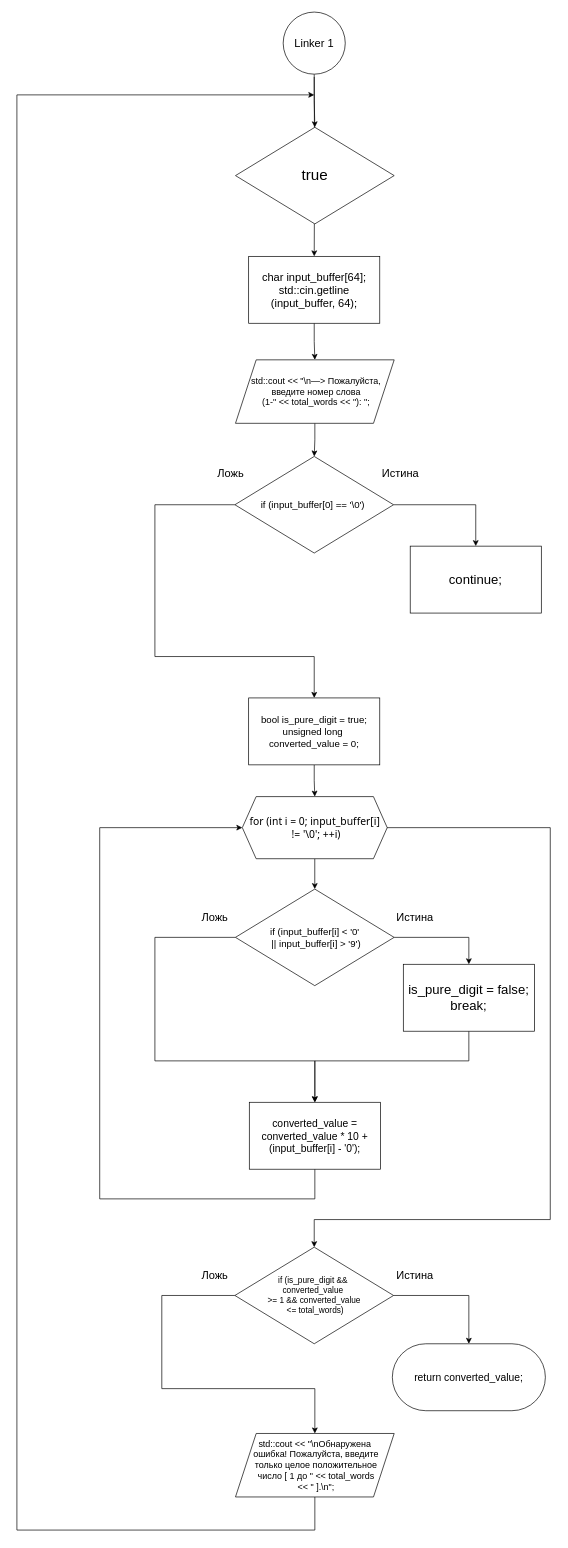
Above: LAB7_get_valid_index(2).drawio in kravecila28-ops/Block-diagram_templates (draw.io), before the change. Source tidied: cells renumbered, new cells numbered last; positions are measured from the earlier drawing's top-left corner, leaving out a move shared by most shapes. Both pictures are drawn from the tidied source at 69%, with x=0, y=0 at pixel (17, 12).
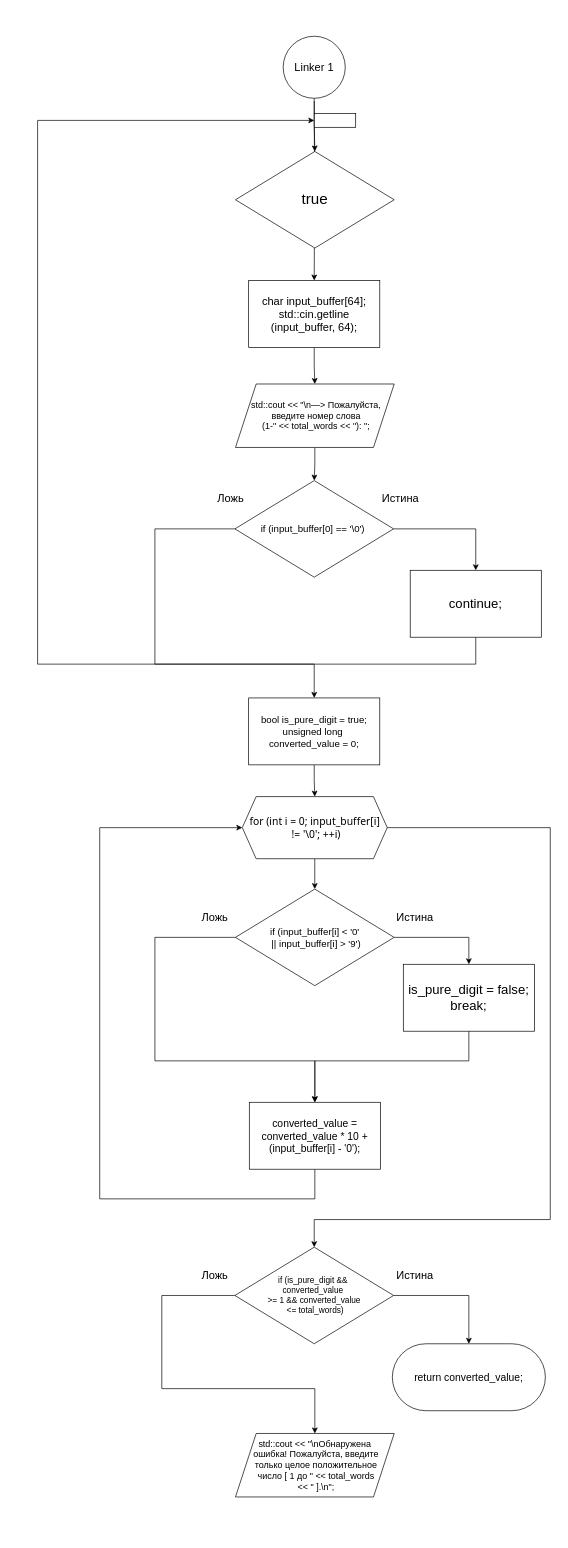
The same page after the edit.

Unchanged cells that the change refers to:
```xml
<mxCell id="13" value="&lt;div&gt;&lt;font style=&quot;font-size: 14px;&quot;&gt;bool is_pure_digit = true;&lt;/font&gt;&lt;/div&gt;&lt;div&gt;&lt;font style=&quot;font-size: 14px;&quot;&gt;unsigned long&amp;nbsp;&lt;/font&gt;&lt;/div&gt;&lt;div&gt;&lt;font style=&quot;font-size: 14px;&quot;&gt;converted_value = 0;&lt;/font&gt;&lt;/div&gt;" style="rounded=0;whiteSpace=wrap;html=1;labelBackgroundColor=none;" parent="1" vertex="1">
  <mxGeometry x="335.9" y="994" width="190" height="97" as="geometry" />
</mxCell>
<mxCell id="37" value="&lt;font style=&quot;font-size: 13px;&quot;&gt;std::cout &amp;lt;&amp;lt; &quot;\nОбнаружена&lt;/font&gt;&lt;div&gt;&lt;font style=&quot;font-size: 13px;&quot;&gt;&amp;nbsp;ошибка! Пожалуйста, введите&lt;/font&gt;&lt;/div&gt;&lt;div&gt;&lt;font style=&quot;font-size: 13px;&quot;&gt;&amp;nbsp;только&amp;nbsp;&lt;span style=&quot;background-color: transparent; color: light-dark(rgb(0, 0, 0), rgb(255, 255, 255));&quot;&gt;целое положительное&lt;/span&gt;&lt;/font&gt;&lt;/div&gt;&lt;div&gt;&lt;font style=&quot;font-size: 13px;&quot;&gt;&lt;span style=&quot;background-color: transparent; color: light-dark(rgb(0, 0, 0), rgb(255, 255, 255));&quot;&gt;&amp;nbsp;число&amp;nbsp;&lt;/span&gt;&lt;span style=&quot;background-color: transparent; color: light-dark(rgb(0, 0, 0), rgb(255, 255, 255));&quot;&gt;[ 1 до &quot; &amp;lt;&amp;lt; total_words&lt;/span&gt;&lt;/font&gt;&lt;/div&gt;&lt;div&gt;&lt;span style=&quot;background-color: transparent; color: light-dark(rgb(0, 0, 0), rgb(255, 255, 255));&quot;&gt;&lt;font style=&quot;font-size: 13px;&quot;&gt;&amp;nbsp;&amp;lt;&amp;lt; &quot; ].\n&quot;;&lt;/font&gt;&lt;/span&gt;&lt;/div&gt;" style="shape=parallelogram;perimeter=parallelogramPerimeter;whiteSpace=wrap;html=1;fixedSize=1;labelBackgroundColor=none;size=30;" parent="1" vertex="1">
  <mxGeometry x="316.8" y="2060" width="230" height="92" as="geometry" />
</mxCell>
```

Change to the diagram source:
```diff
@@
     <mxCell id="3" value="&lt;div&gt;&lt;font style=&quot;font-size: 16px;&quot;&gt;char input_buffer[64];&lt;/font&gt;&lt;/div&gt;&lt;div&gt;&lt;span style=&quot;background-color: transparent; color: light-dark(rgb(0, 0, 0), rgb(255, 255, 255));&quot;&gt;&lt;font style=&quot;font-size: 16px;&quot;&gt;std::cin.getline&lt;/font&gt;&lt;/span&gt;&lt;/div&gt;&lt;div&gt;&lt;span style=&quot;background-color: transparent; color: light-dark(rgb(0, 0, 0), rgb(255, 255, 255));&quot;&gt;&lt;font style=&quot;font-size: 16px;&quot;&gt;(input_buffer, 64);&lt;/font&gt;&lt;/span&gt;&lt;/div&gt;" style="rounded=0;whiteSpace=wrap;html=1;labelBackgroundColor=none;" parent="1" vertex="1">
-      <mxGeometry x="335.9" y="354" width="190" height="97" as="geometry" />
+      <mxGeometry x="335.9" y="389" width="190" height="97" as="geometry" />
     </mxCell>
@@
     <mxCell id="5" style="edgeStyle=orthogonalEdgeStyle;rounded=0;jettySize=auto;html=1;exitX=0;exitY=0.5;exitDx=0;exitDy=0;entryX=0.5;entryY=0;entryDx=0;entryDy=0;labelBackgroundColor=none;fontColor=default;" parent="1" edge="1" source="6" target="13">
       <mxGeometry relative="1" as="geometry">
         <Array as="points">
-          <mxPoint x="200" y="714" />
-          <mxPoint x="200" y="934" />
-          <mxPoint x="431" y="934" />
+          <mxPoint x="200" y="749" />
+          <mxPoint x="200" y="945" />
+          <mxPoint x="431" y="945" />
         </Array>
       </mxGeometry>
     </mxCell>
     <mxCell id="6" value="&lt;font style=&quot;font-size: 14px;&quot;&gt;if (input_buffer[0] == '\0')&amp;nbsp;&lt;/font&gt;" style="rhombus;whiteSpace=wrap;html=1;labelBackgroundColor=none;" parent="1" vertex="1">
-      <mxGeometry x="315.9" y="644" width="230" height="140" as="geometry" />
+      <mxGeometry x="315.9" y="679" width="230" height="140" as="geometry" />
     </mxCell>
+    <mxCell id="38" style="edgeStyle=orthogonalEdgeStyle;rounded=0;jettySize=auto;html=1;exitX=0.5;exitY=1;exitDx=0;exitDy=0;entryX=0;entryY=0.5;entryDx=0;entryDy=0;" parent="1" edge="1" source="7" target="39">
+      <mxGeometry relative="1" as="geometry">
+        <Array as="points">
+          <mxPoint x="665" y="945" />
+          <mxPoint x="30" y="945" />
+          <mxPoint x="30" y="157" />
+        </Array>
+      </mxGeometry>
+    </mxCell>
     <mxCell id="7" value="&lt;font style=&quot;font-size: 19px;&quot;&gt;continue;&lt;/font&gt;" style="rounded=0;whiteSpace=wrap;html=1;labelBackgroundColor=none;" parent="1" vertex="1">
-      <mxGeometry x="570" y="774" width="190" height="97" as="geometry" />
+      <mxGeometry x="570" y="809" width="190" height="97" as="geometry" />
     </mxCell>
@@
     <mxCell id="9" value="&lt;font style=&quot;font-size: 13px;&quot;&gt;&amp;nbsp;std::cout &amp;lt;&amp;lt; &quot;\n—&amp;gt; Пожалуйста,&lt;/font&gt;&lt;div&gt;&lt;font style=&quot;font-size: 13px;&quot;&gt;&amp;nbsp;введите номер слова&lt;/font&gt;&lt;/div&gt;&lt;div&gt;&lt;font style=&quot;font-size: 13px;&quot;&gt;&amp;nbsp;(1-&quot; &amp;lt;&amp;lt; total_words &amp;lt;&amp;lt; &quot;): &quot;;&lt;/font&gt;&lt;/div&gt;" style="shape=parallelogram;perimeter=parallelogramPerimeter;whiteSpace=wrap;html=1;fixedSize=1;labelBackgroundColor=none;size=30;" parent="1" vertex="1">
-      <mxGeometry x="316.8" y="504" width="230" height="92" as="geometry" />
+      <mxGeometry x="316.8" y="539" width="230" height="92" as="geometry" />
     </mxCell>
     <mxCell id="10" value="&lt;span style=&quot;font-size: 16px;&quot;&gt;Ложь&lt;/span&gt;" style="text;html=1;whiteSpace=wrap;strokeColor=none;fillColor=none;align=center;verticalAlign=middle;rounded=0;labelBackgroundColor=none;" parent="1" vertex="1">
-      <mxGeometry x="280" y="654" width="60" height="30" as="geometry" />
+      <mxGeometry x="280" y="689" width="60" height="30" as="geometry" />
     </mxCell>
     <mxCell id="11" value="&lt;font style=&quot;font-size: 16px;&quot;&gt;Истина&lt;/font&gt;" style="text;html=1;whiteSpace=wrap;strokeColor=none;fillColor=none;align=center;verticalAlign=middle;rounded=0;labelBackgroundColor=none;" parent="1" vertex="1">
-      <mxGeometry x="525.9" y="654" width="60" height="30" as="geometry" />
+      <mxGeometry x="525.9" y="689" width="60" height="30" as="geometry" />
     </mxCell>
@@
     <mxCell id="14" style="edgeStyle=orthogonalEdgeStyle;rounded=0;jettySize=auto;html=1;exitX=0.5;exitY=1;exitDx=0;exitDy=0;entryX=0.5;entryY=0;entryDx=0;entryDy=0;labelBackgroundColor=none;fontColor=default;" parent="1" edge="1" target="3">
       <mxGeometry relative="1" as="geometry">
-        <mxPoint x="430.9" y="94" as="sourcePoint" />
+        <mxPoint x="430.9" y="129" as="sourcePoint" />
       </mxGeometry>
     </mxCell>
@@
     <mxCell id="23" value="&lt;font style=&quot;font-size: 22px;&quot;&gt;true&lt;/font&gt;" style="rhombus;whiteSpace=wrap;html=1;labelBackgroundColor=none;" parent="1" vertex="1">
-      <mxGeometry x="316.8" y="167" width="230" height="140" as="geometry" />
+      <mxGeometry x="316.8" y="202" width="230" height="140" as="geometry" />
     </mxCell>
@@
     <mxCell id="25" value="&lt;font style=&quot;font-size: 16px;&quot;&gt;Linker 1&lt;/font&gt;" style="ellipse;whiteSpace=wrap;html=1;labelBackgroundColor=none;" parent="1" vertex="1">
-      <mxGeometry x="385.9" width="90" height="90" as="geometry" />
+      <mxGeometry x="385.9" y="35" width="90" height="90" as="geometry" />
     </mxCell>
@@
-    <mxCell id="36" style="edgeStyle=orthogonalEdgeStyle;rounded=0;jettySize=auto;html=1;exitX=0.5;exitY=1;exitDx=0;exitDy=0;entryX=0;entryY=0.5;entryDx=0;entryDy=0;labelBackgroundColor=none;fontColor=default;" parent="1" edge="1" source="37">
-      <mxGeometry relative="1" as="geometry">
-        <mxPoint x="431" y="120" as="targetPoint" />
-        <Array as="points">
-          <mxPoint x="432" y="2200" />
-          <mxPoint y="2200" />
-          <mxPoint y="120" />
-        </Array>
-      </mxGeometry>
-    </mxCell>
@@
+    <mxCell id="39" style="rounded=0;whiteSpace=wrap;html=1;" parent="1" vertex="1">
+      <mxGeometry x="431" y="147" width="60" height="20" as="geometry" />
+    </mxCell>
```
